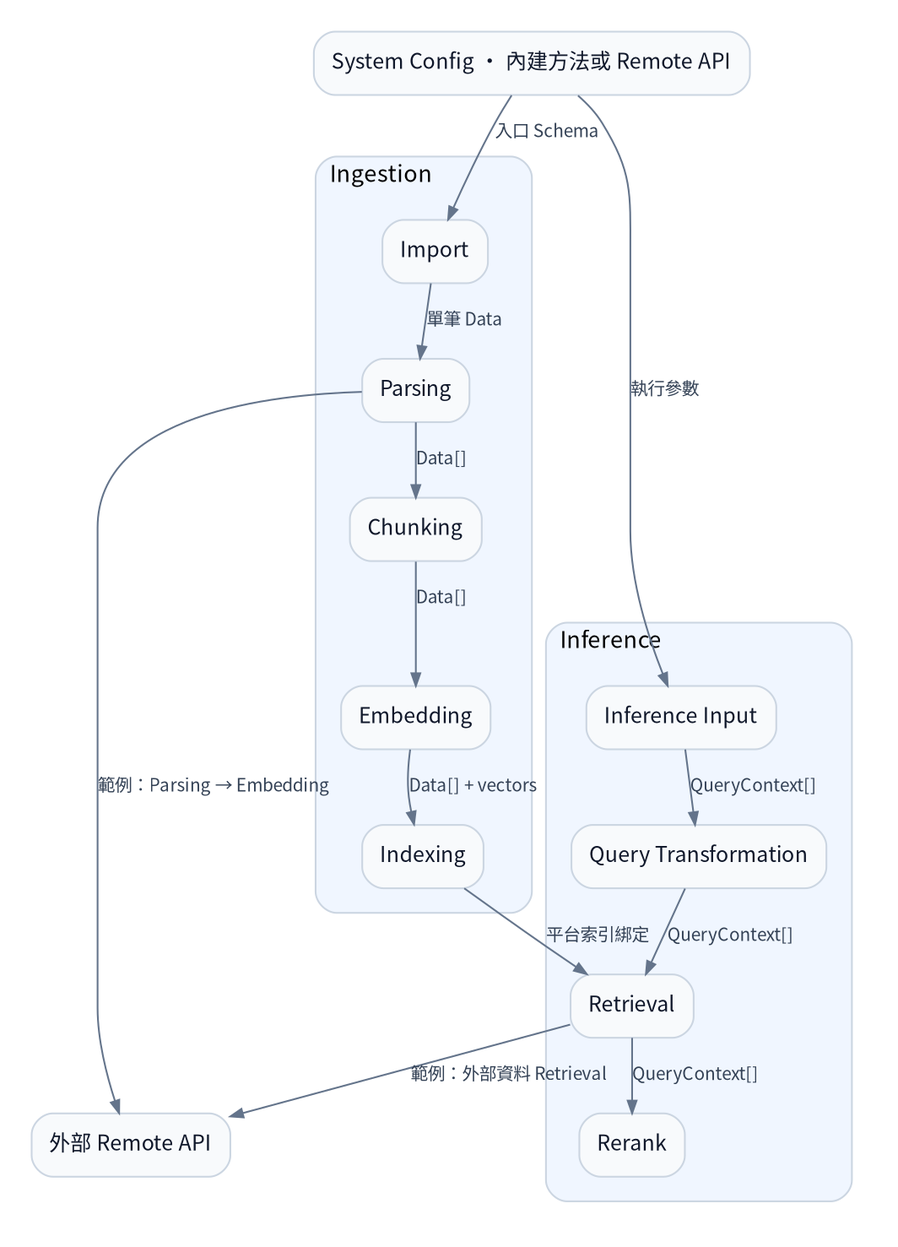
The Mermaid diagram diagrams/03_module_component_concept.png in SunnyWenwen/rag_platform, before a commit. Its source is kept beside it as diagrams/03_module_component_concept.mmd.
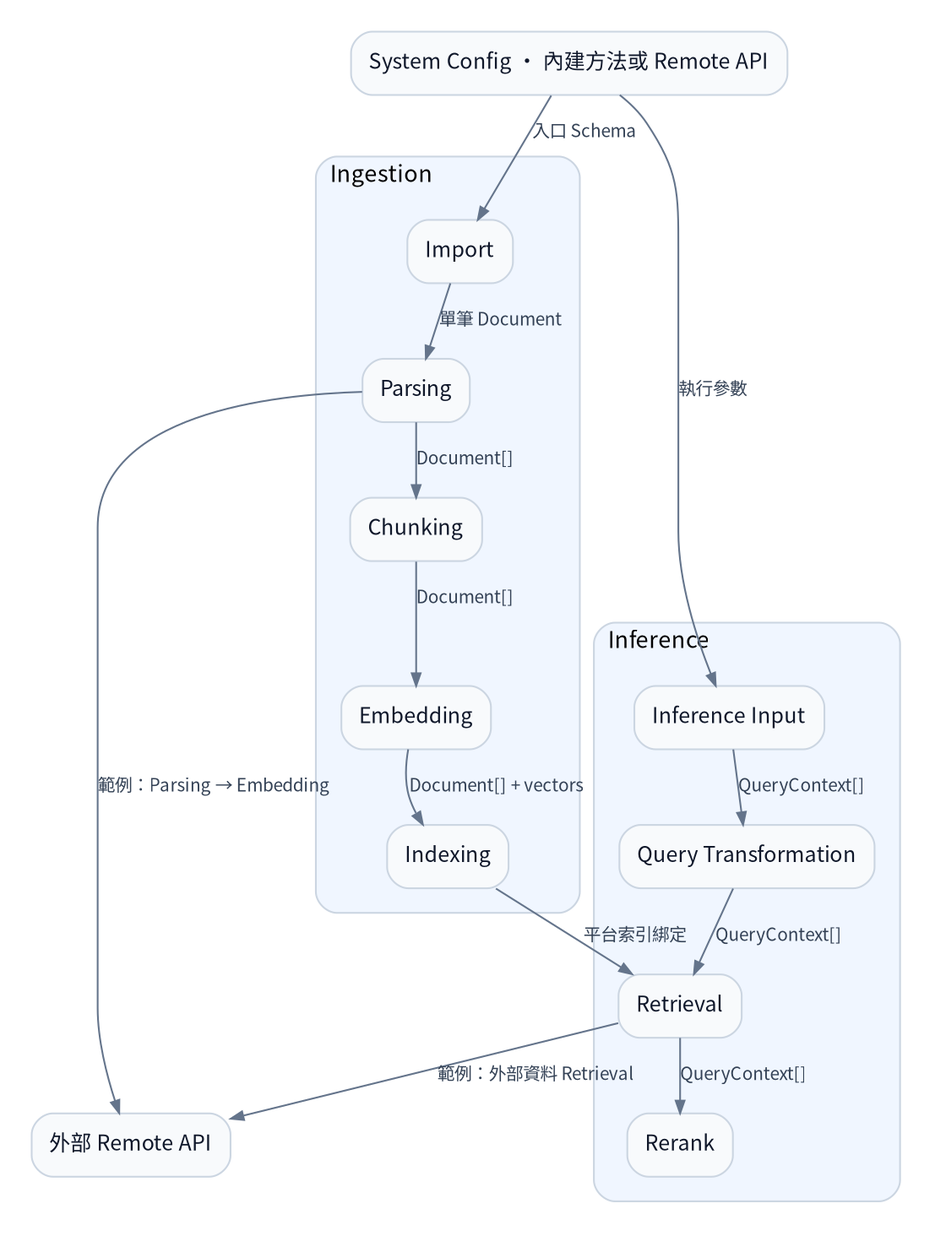
The same diagram one commit later.

What changed in the source:
```diff
@@ -15,10 +15,10 @@
   C["System Config · 內建方法或 Remote API"]
   S["外部 Remote API"]
   C --> |"入口 Schema"| I
-  I --> |"單筆 Data"| P
-  P --> |"Data[]"| H
-  H --> |"Data[]"| E
-  E --> |"Data[] + vectors"| X
+  I --> |"單筆 Document"| P
+  P --> |"Document[]"| H
+  H --> |"Document[]"| E
+  E --> |"Document[] + vectors"| X
   C --> |"執行參數"| A
   A --> |"QueryContext[]"| Q
   Q --> |"QueryContext[]"| R
```
